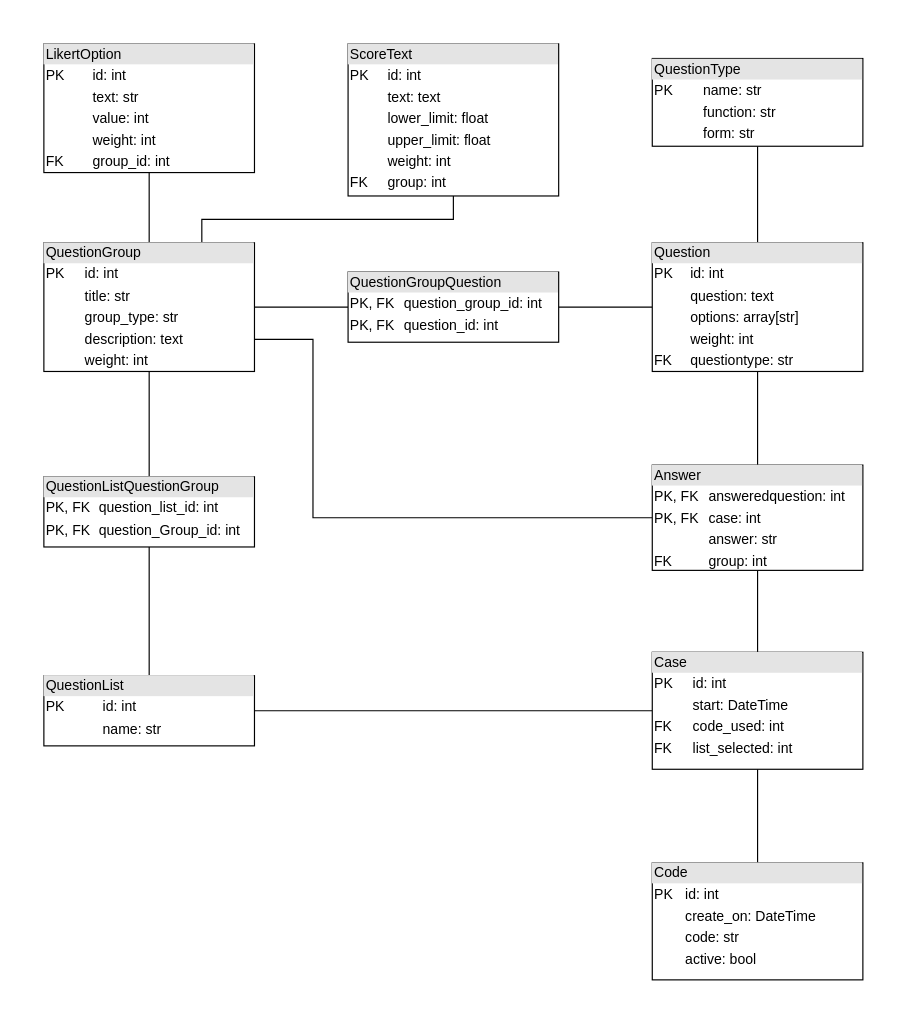
Shannendorf/DataEnWatNu keeps this draw.io diagram as docs/figures/sources/erd.drawio. Above is the earlier version. Source tidied: cells renumbered, new cells numbered last; positions are measured from the earlier drawing's top-left corner, leaving out a move shared by most shapes. Both pictures are drawn from the tidied source at 117%, with x=0, y=0 at pixel (20, 20).
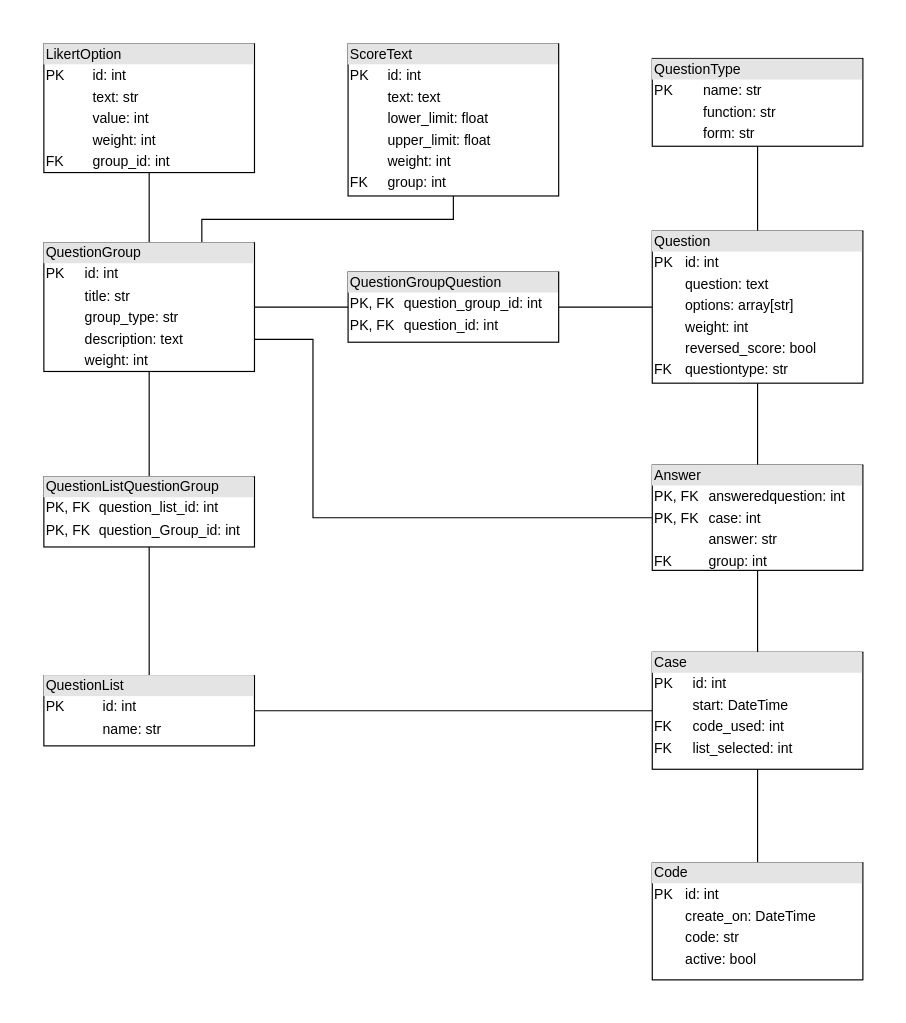
The same diagram, later.

Commit message (it also covers changes not shown here):
Implemented reverse score option

Change to the diagram source:
```diff
@@
-    <mxCell id="6" value="&lt;div style=&quot;box-sizing: border-box ; width: 100% ; background: #e4e4e4 ; padding: 2px&quot;&gt;Question&lt;/div&gt;&lt;table style=&quot;width: 100% ; font-size: 1em&quot; cellpadding=&quot;2&quot; cellspacing=&quot;0&quot;&gt;&lt;tbody&gt;&lt;tr&gt;&lt;td&gt;PK&lt;/td&gt;&lt;td&gt;id: int&lt;/td&gt;&lt;/tr&gt;&lt;tr&gt;&lt;td&gt;&lt;br&gt;&lt;/td&gt;&lt;td&gt;question: text&lt;/td&gt;&lt;/tr&gt;&lt;tr&gt;&lt;td&gt;&lt;/td&gt;&lt;td&gt;options: array[str]&lt;br&gt;&lt;/td&gt;&lt;/tr&gt;&lt;tr&gt;&lt;td&gt;&lt;br&gt;&lt;/td&gt;&lt;td&gt;weight: int&lt;br&gt;&lt;/td&gt;&lt;/tr&gt;&lt;tr&gt;&lt;td&gt;FK&lt;/td&gt;&lt;td&gt;questiontype: str&lt;/td&gt;&lt;/tr&gt;&lt;tr&gt;&lt;td&gt;&lt;br&gt;&lt;/td&gt;&lt;td&gt;&lt;br&gt;&lt;/td&gt;&lt;/tr&gt;&lt;/tbody&gt;&lt;/table&gt;" style="verticalAlign=top;align=left;overflow=fill;html=1;" parent="1" vertex="1">
-      <mxGeometry x="540" y="190" width="180" height="110" as="geometry" />
+    <mxCell id="6" value="&lt;div style=&quot;box-sizing: border-box ; width: 100% ; background: #e4e4e4 ; padding: 2px&quot;&gt;Question&lt;/div&gt;&lt;table style=&quot;width: 100% ; font-size: 1em&quot; cellpadding=&quot;2&quot; cellspacing=&quot;0&quot;&gt;&lt;tbody&gt;&lt;tr&gt;&lt;td&gt;PK&lt;/td&gt;&lt;td&gt;id: int&lt;/td&gt;&lt;/tr&gt;&lt;tr&gt;&lt;td&gt;&lt;br&gt;&lt;/td&gt;&lt;td&gt;question: text&lt;/td&gt;&lt;/tr&gt;&lt;tr&gt;&lt;td&gt;&lt;/td&gt;&lt;td&gt;options: array[str]&lt;br&gt;&lt;/td&gt;&lt;/tr&gt;&lt;tr&gt;&lt;td&gt;&lt;br&gt;&lt;/td&gt;&lt;td&gt;weight: int&lt;br&gt;&lt;/td&gt;&lt;/tr&gt;&lt;tr&gt;&lt;td&gt;&lt;br&gt;&lt;/td&gt;&lt;td&gt;reversed_score: bool&lt;/td&gt;&lt;/tr&gt;&lt;tr&gt;&lt;td&gt;FK&lt;/td&gt;&lt;td&gt;questiontype: str&lt;/td&gt;&lt;/tr&gt;&lt;tr&gt;&lt;td&gt;&lt;br&gt;&lt;/td&gt;&lt;td&gt;&lt;br&gt;&lt;/td&gt;&lt;/tr&gt;&lt;/tbody&gt;&lt;/table&gt;" style="verticalAlign=top;align=left;overflow=fill;html=1;" parent="1" vertex="1">
+      <mxGeometry x="540" y="180" width="180" height="130" as="geometry" />
     </mxCell>
```
